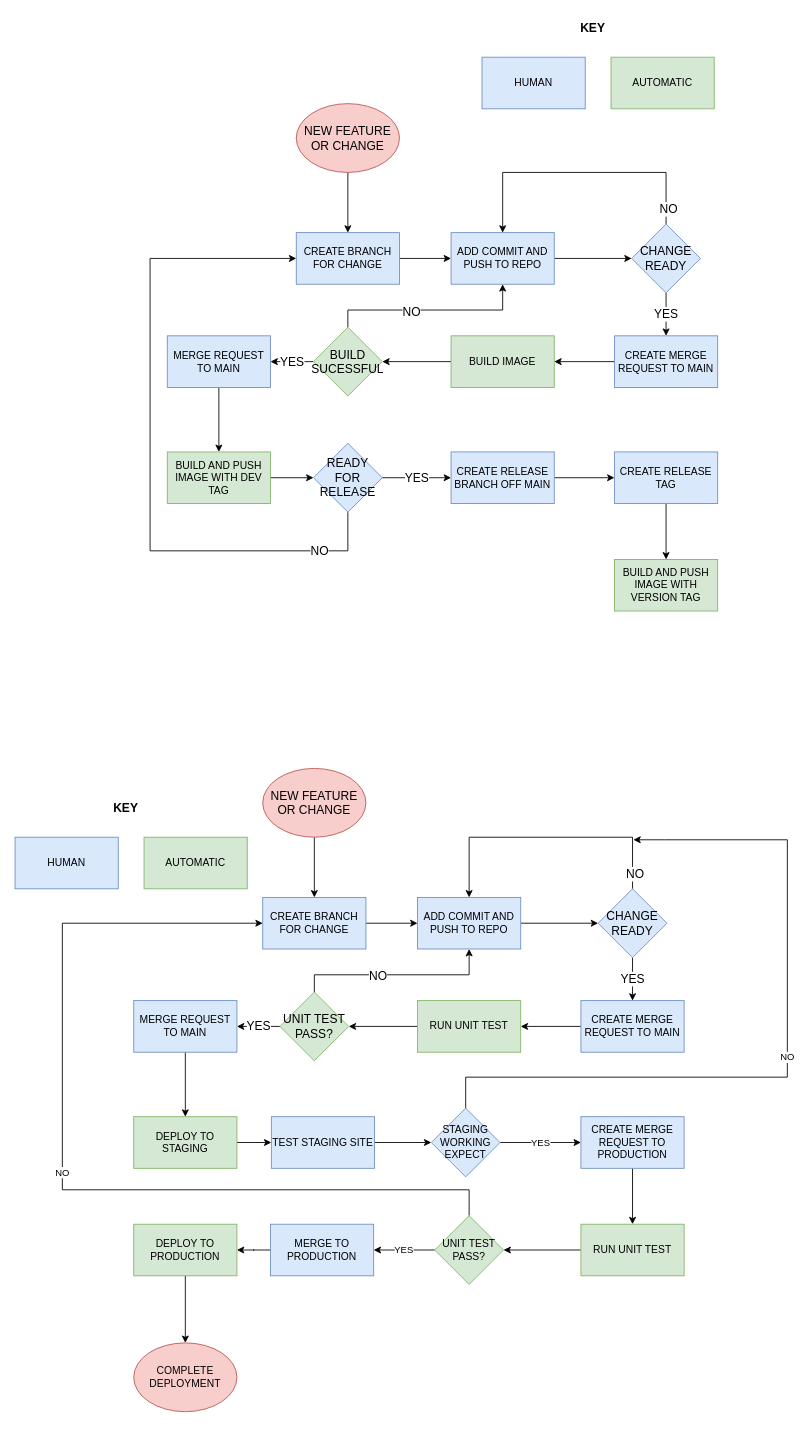
Before: gitflow.drawio in quanhk711/dev-test-, a draw.io diagram. Source tidied: cells renumbered, new cells numbered last; positions are measured from the earlier drawing's top-left corner, leaving out a move shared by most shapes. Both pictures are drawn from the tidied source at 86%, with x=0, y=0 at pixel (15, 15).
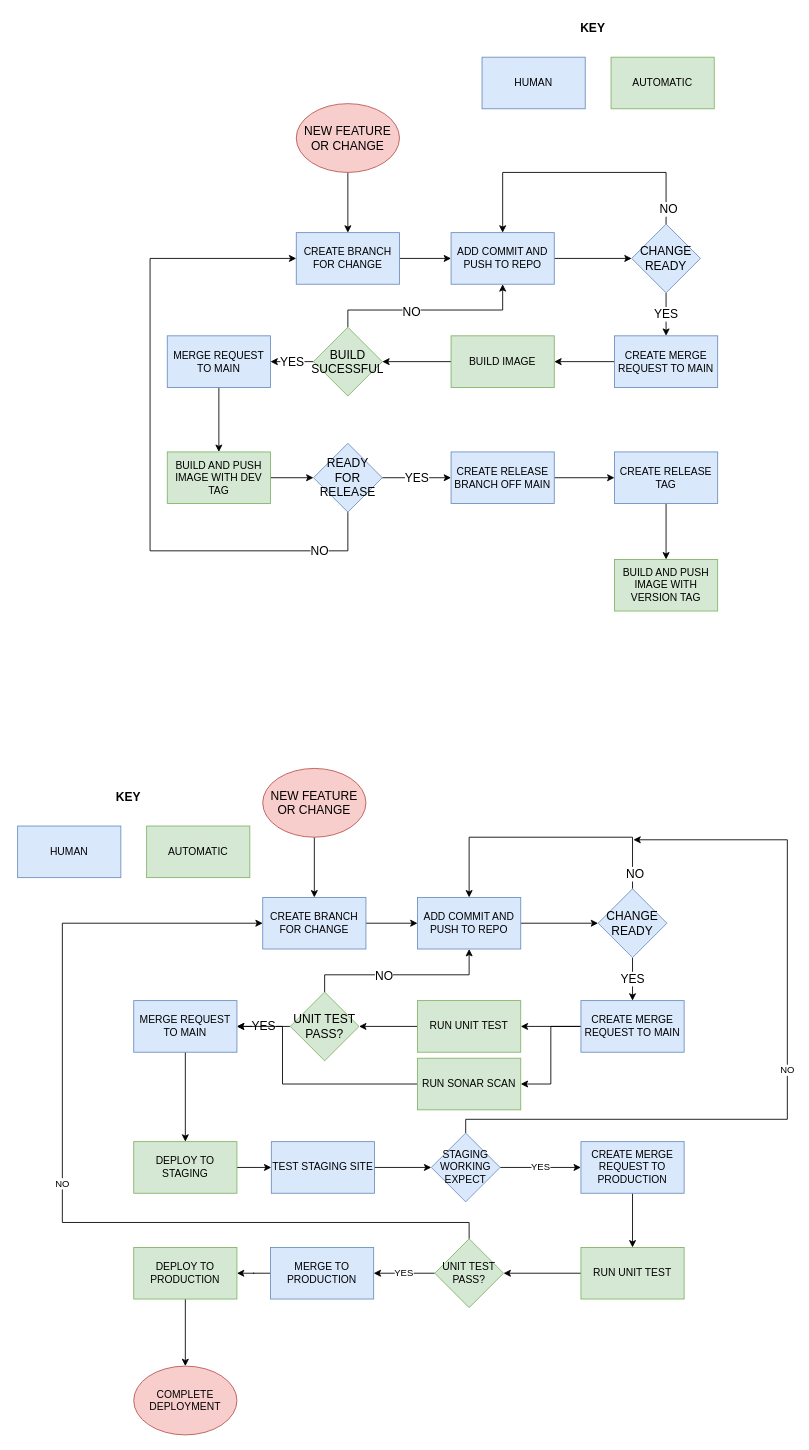
The same page after the edit.

The change refers to these unchanged cells:
```xml
<mxCell id="41" value="CREATE BRANCH FOR CHANGE" style="rounded=0;whiteSpace=wrap;html=1;fillColor=#dae8fc;strokeColor=#6c8ebf;" parent="1" vertex="1">
  <mxGeometry x="288" y="1026" width="120" height="60" as="geometry" />
</mxCell>
<mxCell id="43" value="ADD COMMIT AND PUSH TO REPO" style="rounded=0;whiteSpace=wrap;html=1;fillColor=#dae8fc;strokeColor=#6c8ebf;" parent="1" vertex="1">
  <mxGeometry x="468" y="1026" width="120" height="60" as="geometry" />
</mxCell>
<mxCell id="49" value="CREATE MERGE REQUEST TO MAIN" style="rounded=0;whiteSpace=wrap;html=1;fillColor=#dae8fc;strokeColor=#6c8ebf;" parent="1" vertex="1">
  <mxGeometry x="658" y="1146" width="120" height="60" as="geometry" />
</mxCell>
<mxCell id="57" value="MERGE REQUEST TO MAIN" style="rounded=0;whiteSpace=wrap;html=1;fillColor=#dae8fc;strokeColor=#6c8ebf;" parent="1" vertex="1">
  <mxGeometry x="138" y="1146" width="120" height="60" as="geometry" />
</mxCell>
```

The edit, as a diff of the source:
```diff
@@
     <mxCell id="35" value="HUMAN" style="rounded=0;whiteSpace=wrap;html=1;fillColor=#dae8fc;strokeColor=#6c8ebf;" parent="1" vertex="1">
-      <mxGeometry y="956" width="120" height="60" as="geometry" />
+      <mxGeometry x="3" y="943" width="120" height="60" as="geometry" />
     </mxCell>
     <mxCell id="36" value="&lt;b&gt;&lt;font style=&quot;font-size: 14px&quot;&gt;KEY&lt;/font&gt;&lt;/b&gt;" style="text;html=1;strokeColor=none;fillColor=none;align=center;verticalAlign=middle;whiteSpace=wrap;rounded=0;" parent="1" vertex="1">
-      <mxGeometry x="99" y="907" width="60" height="30" as="geometry" />
+      <mxGeometry x="102" y="894" width="60" height="30" as="geometry" />
     </mxCell>
     <mxCell id="37" value="AUTOMATIC" style="rounded=0;whiteSpace=wrap;html=1;fillColor=#d5e8d4;strokeColor=#82b366;" parent="1" vertex="1">
-      <mxGeometry x="150" y="956" width="120" height="60" as="geometry" />
+      <mxGeometry x="153" y="943" width="120" height="60" as="geometry" />
     </mxCell>
@@
+    <mxCell id="77" style="edgeStyle=orthogonalEdgeStyle;rounded=0;jettySize=auto;html=1;entryX=1;entryY=0.5;entryDx=0;entryDy=0;" parent="1" edge="1" source="49" target="79">
+      <mxGeometry relative="1" as="geometry" />
+    </mxCell>
@@
     <mxCell id="53" style="edgeStyle=orthogonalEdgeStyle;rounded=0;jettySize=auto;html=1;fontSize=14;" parent="1" edge="1" source="55" target="43">
       <mxGeometry relative="1" as="geometry">
         <Array as="points">
-          <mxPoint x="348" y="1116" />
+          <mxPoint x="360" y="1116" />
           <mxPoint x="528" y="1116" />
         </Array>
       </mxGeometry>
     </mxCell>
@@
     <mxCell id="55" value="UNIT TEST PASS?" style="rhombus;whiteSpace=wrap;html=1;fontSize=14;fillColor=#d5e8d4;strokeColor=#82b366;" parent="1" vertex="1">
-      <mxGeometry x="308" y="1136" width="80" height="80" as="geometry" />
+      <mxGeometry x="320" y="1136" width="80" height="80" as="geometry" />
     </mxCell>
@@
     <mxCell id="59" value="DEPLOY TO STAGING" style="rounded=0;whiteSpace=wrap;html=1;fillColor=#d5e8d4;strokeColor=#82b366;" parent="1" vertex="1">
-      <mxGeometry x="138" y="1281" width="120" height="60" as="geometry" />
+      <mxGeometry x="138" y="1310" width="120" height="60" as="geometry" />
     </mxCell>
@@
     <mxCell id="61" value="CREATE MERGE REQUEST TO PRODUCTION" style="rounded=0;whiteSpace=wrap;html=1;fillColor=#dae8fc;strokeColor=#6c8ebf;" parent="1" vertex="1">
-      <mxGeometry x="658" y="1281" width="120" height="60" as="geometry" />
+      <mxGeometry x="658" y="1310" width="120" height="60" as="geometry" />
     </mxCell>
@@
     <mxCell id="63" value="RUN UNIT TEST" style="rounded=0;whiteSpace=wrap;html=1;fillColor=#d5e8d4;strokeColor=#82b366;" parent="1" vertex="1">
-      <mxGeometry x="658" y="1406" width="120" height="60" as="geometry" />
+      <mxGeometry x="658" y="1433" width="120" height="60" as="geometry" />
     </mxCell>
@@
     <mxCell id="65" value="TEST STAGING SITE" style="rounded=0;whiteSpace=wrap;html=1;fillColor=#dae8fc;strokeColor=#6c8ebf;" parent="1" vertex="1">
-      <mxGeometry x="298" y="1281" width="120" height="60" as="geometry" />
+      <mxGeometry x="298" y="1310" width="120" height="60" as="geometry" />
     </mxCell>
@@
     <mxCell id="67" value="NO" style="edgeStyle=orthogonalEdgeStyle;rounded=0;jettySize=auto;html=1;" parent="1" edge="1" source="68">
       <mxGeometry relative="1" as="geometry">
         <mxPoint x="719" y="959" as="targetPoint" />
         <Array as="points">
-          <mxPoint x="524" y="1235" />
-          <mxPoint x="898" y="1235" />
+          <mxPoint x="524" y="1284" />
+          <mxPoint x="898" y="1284" />
           <mxPoint x="898" y="959" />
-          <mxPoint x="755" y="959" />
         </Array>
       </mxGeometry>
     </mxCell>
     <mxCell id="68" value="STAGING WORKING EXPECT" style="rhombus;whiteSpace=wrap;html=1;fillColor=#dae8fc;strokeColor=#6c8ebf;" parent="1" vertex="1">
-      <mxGeometry x="484" y="1271" width="80" height="80" as="geometry" />
+      <mxGeometry x="484" y="1300" width="80" height="80" as="geometry" />
     </mxCell>
@@
     <mxCell id="70" value="NO" style="edgeStyle=orthogonalEdgeStyle;rounded=0;jettySize=auto;html=1;entryX=0;entryY=0.5;entryDx=0;entryDy=0;" parent="1" edge="1" source="71" target="41">
       <mxGeometry relative="1" as="geometry">
         <Array as="points">
-          <mxPoint x="528" y="1366" />
-          <mxPoint x="55" y="1366" />
+          <mxPoint x="528" y="1404" />
+          <mxPoint x="55" y="1404" />
           <mxPoint x="55" y="1056" />
         </Array>
       </mxGeometry>
     </mxCell>
     <mxCell id="71" value="UNIT TEST PASS?" style="rhombus;whiteSpace=wrap;html=1;fillColor=#d5e8d4;strokeColor=#82b366;" parent="1" vertex="1">
-      <mxGeometry x="488" y="1396" width="80" height="80" as="geometry" />
+      <mxGeometry x="488" y="1423" width="80" height="80" as="geometry" />
     </mxCell>
@@
     <mxCell id="73" value="MERGE TO PRODUCTION" style="rounded=0;whiteSpace=wrap;html=1;fillColor=#dae8fc;strokeColor=#6c8ebf;" parent="1" vertex="1">
-      <mxGeometry x="297" y="1406" width="120" height="60" as="geometry" />
+      <mxGeometry x="297" y="1433" width="120" height="60" as="geometry" />
     </mxCell>
@@
     <mxCell id="75" value="DEPLOY TO PRODUCTION" style="rounded=0;whiteSpace=wrap;html=1;fillColor=#d5e8d4;strokeColor=#82b366;" parent="1" vertex="1">
-      <mxGeometry x="138" y="1406" width="120" height="60" as="geometry" />
+      <mxGeometry x="138" y="1433" width="120" height="60" as="geometry" />
     </mxCell>
     <mxCell id="76" value="COMPLETE DEPLOYMENT" style="ellipse;whiteSpace=wrap;html=1;fillColor=#f8cecc;strokeColor=#b85450;" parent="1" vertex="1">
-      <mxGeometry x="138" y="1544" width="120" height="80" as="geometry" />
+      <mxGeometry x="138" y="1571" width="120" height="80" as="geometry" />
     </mxCell>
+    <mxCell id="78" style="edgeStyle=orthogonalEdgeStyle;rounded=0;jettySize=auto;html=1;entryX=1;entryY=0.5;entryDx=0;entryDy=0;" parent="1" edge="1" source="79" target="57">
+      <mxGeometry relative="1" as="geometry">
+        <Array as="points">
+          <mxPoint x="311" y="1243" />
+          <mxPoint x="311" y="1176" />
+        </Array>
+      </mxGeometry>
+    </mxCell>
+    <mxCell id="79" value="RUN SONAR SCAN" style="rounded=0;whiteSpace=wrap;html=1;fillColor=#d5e8d4;strokeColor=#82b366;" parent="1" vertex="1">
+      <mxGeometry x="468" y="1213" width="120" height="60" as="geometry" />
+    </mxCell>
```
